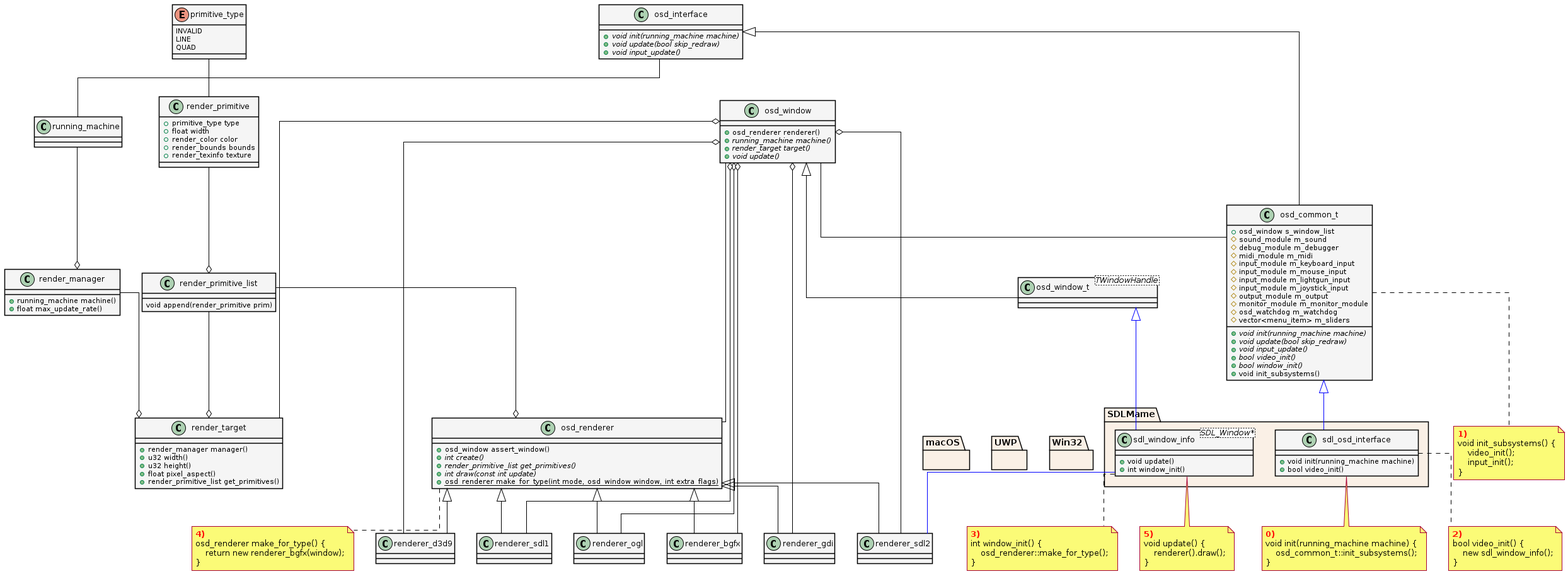
Earlier version of the PlantUML export Streaming/mame.png (mikymaione/MAMEStreamingPlatform).
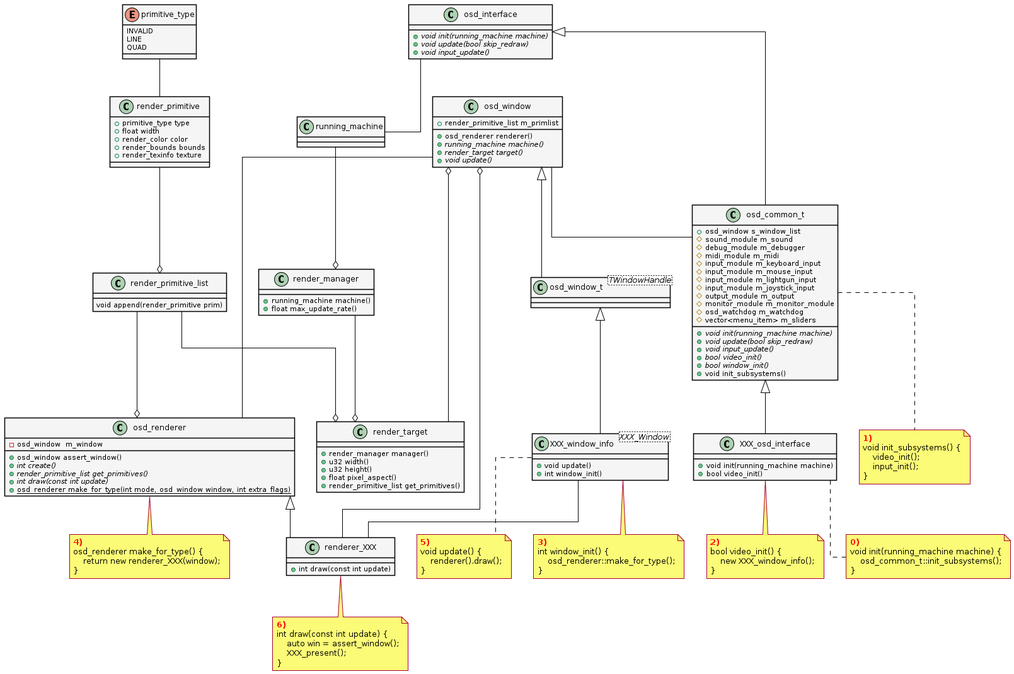
Above is the later version.

Diff of the diagram source:
```diff
@@ -32,6 +32,7 @@
 running_machine --o render_manager
 
 class osd_renderer {
+    -osd_window  m_window
     +osd_window assert_window()
     {abstract} +int create()
     {abstract} +render_primitive_list get_primitives()
@@ -42,11 +43,9 @@
 note as note_osd_renderer_make_for_type
 <b><color:Red>4)</color></b>
 osd_renderer make_for_type() {
-    return new renderer_bgfx(window);
+    return new renderer_XXX(window);
 }
 end note
-
-osd_renderer .. note_osd_renderer_make_for_type
 
 render_primitive_list --o osd_renderer
 render_primitive --o render_primitive_list
@@ -64,37 +63,28 @@
     void append(render_primitive prim)
 }
 
-together {
-    class renderer_ogl extends osd_renderer
-    class renderer_bgfx extends osd_renderer
-    class renderer_gdi extends osd_renderer
-    class renderer_d3d9 extends osd_renderer
-    class renderer_sdl1 extends osd_renderer
-    class renderer_sdl2 extends osd_renderer
+class renderer_XXX extends osd_renderer {
+    +int draw(const int update)
 }
 
-osd_window o-- renderer_ogl
-osd_window o-- renderer_bgfx
-osd_window o-- renderer_gdi
-osd_window o-- renderer_d3d9
-osd_window o-- renderer_sdl1
-osd_window o-- renderer_sdl2
+note as note_renderer_XXX
+<b><color:Red>6)</color></b>
+int draw(const int update) {
+    auto win = assert_window();
+    XXX_present();
+}
+end note
 
+osd_window o-- renderer_XXX
 osd_window o-- render_target
 osd_window -- osd_renderer
 
 class osd_window_t<TWindowHandle> extends osd_window
 
-together {
-    package Win32 {}
-    package UWP {}
-    package macOS {}
-    package SDLMame {}
-}
-
-SDLMame::sdl_window_info -[#blue]- renderer_sdl2
+XXX_window_info -- renderer_XXX
 
 class osd_window {
+    +render_primitive_list m_primlist
     +osd_renderer renderer()
     {abstract} +running_machine machine()
     {abstract} +render_target target()
@@ -113,43 +103,39 @@
     +render_primitive_list get_primitives()
 }
 
-class SDLMame::sdl_window_info<SDL_Window*> {
+class XXX_window_info<XXX_Window> {
     +void update()
     +int window_init()
 }
 
-osd_window_t <|-[#blue]- SDLMame::sdl_window_info
-osd_common_t <|-[#blue]- SDLMame::sdl_osd_interface
+osd_window_t <|-- XXX_window_info
+osd_common_t <|-- XXX_osd_interface
 
-class SDLMame::sdl_osd_interface {
+class XXX_osd_interface {
     +void init(running_machine machine)
     +bool video_init()
 }
 
-note as note_5_sdl_window_info
+note as note_5_XXX_window_info
 <b><color:Red>5)</color></b>
 void update() {
     renderer().draw();
 }
 end note
 
-note as note_4_sdl_window_info
+note as note_4_XXX_window_info
 <b><color:Red>3)</color></b>
 int window_init() {
     osd_renderer::make_for_type();
 }
 end note
 
-note as note_2_sdl_osd_interface
+note as note_2_XXX_osd_interface
 <b><color:Red>2)</color></b>
 bool video_init() {
-    new sdl_window_info();
+    new XXX_window_info();
 }
 end note
-
-SDLMame::sdl_osd_interface .. note_2_sdl_osd_interface
-SDLMame::sdl_window_info .. note_4_sdl_window_info
-SDLMame::sdl_window_info .. note_5_sdl_window_info
 
 osd_window -- osd_common_t
 
@@ -192,15 +178,19 @@
 }
 end note
 
-osd_common_t .. note_osd_common_t_init_subsystems
-
-note as note_sdl_osd_interface_init
+note as note_XXX_osd_interface_init
 <b><color:Red>0)</color></b>
 void init(running_machine machine) {
     osd_common_t::init_subsystems();
 }
 end note
 
-SDLMame::sdl_osd_interface .. note_sdl_osd_interface_init
+osd_renderer .. note_osd_renderer_make_for_type
+osd_common_t .. note_osd_common_t_init_subsystems
+renderer_XXX .. note_renderer_XXX
+XXX_osd_interface .. note_2_XXX_osd_interface
+XXX_osd_interface .. note_XXX_osd_interface_init
+XXX_window_info .. note_4_XXX_window_info
+XXX_window_info .. note_5_XXX_window_info
 
 @enduml
```
